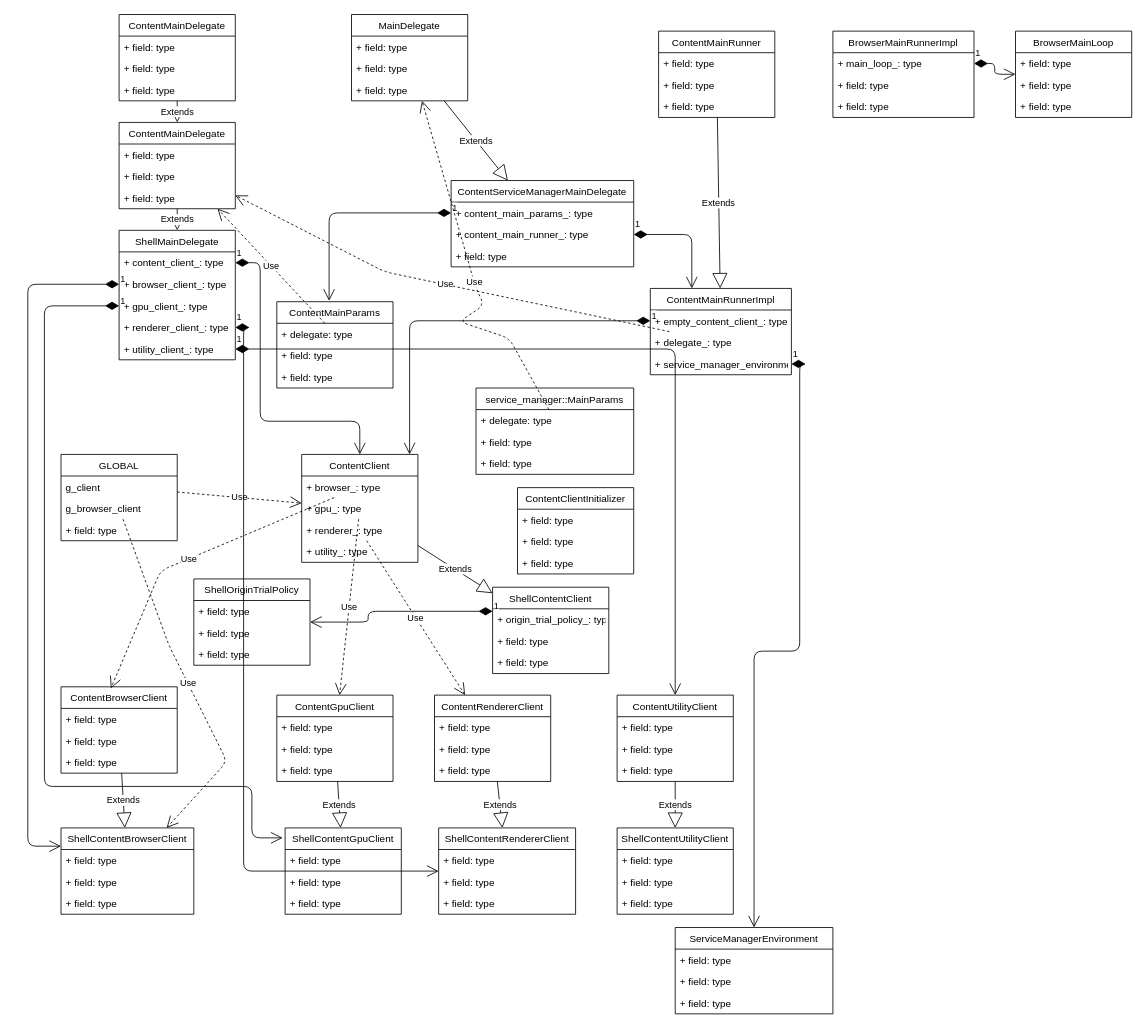
Earlier version of the draw.io diagram understanding/content_shell.drawio (ambiesoft/gsrc). Source tidied: cells renumbered, new cells numbered last; positions are measured from the earlier drawing's top-left corner, leaving out a move shared by most shapes. Both pictures are drawn from the tidied source at 83%, with x=0, y=0 at pixel (27, 14).
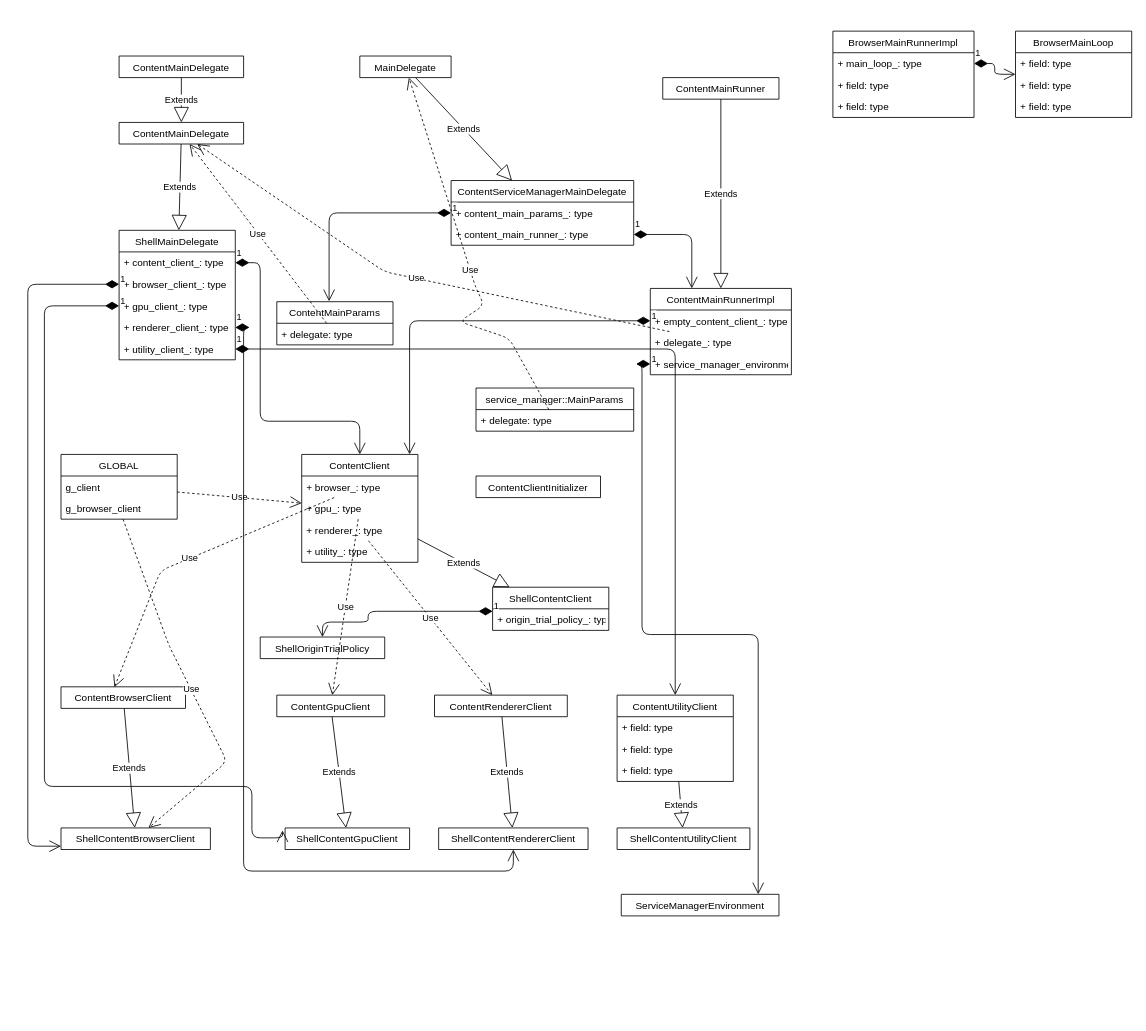
The same page after the edit.

Unchanged cells that the change refers to:
```xml
<mxCell id="40" value="+ service_manager_environment_: type" style="text;strokeColor=none;fillColor=none;align=left;verticalAlign=top;spacingLeft=4;spacingRight=4;overflow=hidden;points=[[0,0.5],[1,0.5]];portConstraint=eastwest;" parent="37" vertex="1">
  <mxGeometry y="78" width="170" height="26" as="geometry" />
</mxCell>
```

Change to the diagram source:
```diff
@@
-    <mxCell id="2" value="ContentMainDelegate" style="swimlane;fontStyle=0;horizontal=1;startSize=26;fillColor=none;" parent="1" vertex="1">
-      <mxGeometry x="110" width="140" height="104" as="geometry" />
+    <mxCell id="2" value="ContentMainDelegate" style="swimlane;fontStyle=0;horizontal=1;startSize=26;fillColor=none;" parent="1" vertex="1" collapsed="1">
+      <mxGeometry x="110" y="50" width="150" height="26" as="geometry" />
     </mxCell>
-    <mxCell id="3" value="+ field: type" style="text;strokeColor=none;fillColor=none;align=left;verticalAlign=top;spacingLeft=4;spacingRight=4;overflow=hidden;" parent="2" vertex="1">
-      <mxGeometry y="26" width="140" height="26" as="geometry" />
-    </mxCell>
-    <mxCell id="4" value="+ field: type" style="text;strokeColor=none;fillColor=none;align=left;verticalAlign=top;spacingLeft=4;spacingRight=4;overflow=hidden;" parent="2" vertex="1">
-      <mxGeometry y="52" width="140" height="26" as="geometry" />
-    </mxCell>
-    <mxCell id="5" value="+ field: type" style="text;strokeColor=none;fillColor=none;align=left;verticalAlign=top;spacingLeft=4;spacingRight=4;overflow=hidden;" parent="2" vertex="1">
-      <mxGeometry y="78" width="140" height="26" as="geometry" />
-    </mxCell>
-    <mxCell id="6" value="ContentMainDelegate" style="swimlane;fontStyle=0;horizontal=1;startSize=26;fillColor=none;" parent="1" vertex="1">
-      <mxGeometry x="110" y="130" width="140" height="104" as="geometry" />
+    <mxCell id="6" value="ContentMainDelegate" style="swimlane;fontStyle=0;horizontal=1;startSize=26;fillColor=none;" parent="1" vertex="1" collapsed="1">
+      <mxGeometry x="110" y="130" width="150" height="26" as="geometry" />
     </mxCell>
-    <mxCell id="7" value="+ field: type" style="text;strokeColor=none;fillColor=none;align=left;verticalAlign=top;spacingLeft=4;spacingRight=4;overflow=hidden;" parent="6" vertex="1">
-      <mxGeometry y="26" width="140" height="26" as="geometry" />
-    </mxCell>
-    <mxCell id="8" value="+ field: type" style="text;strokeColor=none;fillColor=none;align=left;verticalAlign=top;spacingLeft=4;spacingRight=4;overflow=hidden;" parent="6" vertex="1">
-      <mxGeometry y="52" width="140" height="26" as="geometry" />
-    </mxCell>
-    <mxCell id="9" value="+ field: type" style="text;strokeColor=none;fillColor=none;align=left;verticalAlign=top;spacingLeft=4;spacingRight=4;overflow=hidden;" parent="6" vertex="1">
-      <mxGeometry y="78" width="140" height="26" as="geometry" />
-    </mxCell>
@@
     <mxCell id="18" value="ContentMainParams" style="swimlane;fontStyle=0;horizontal=1;startSize=26;fillColor=none;" parent="1" vertex="1">
-      <mxGeometry x="300" y="346" width="140" height="104" as="geometry" />
+      <mxGeometry x="300" y="346" width="140" height="52" as="geometry" />
     </mxCell>
@@
-    <mxCell id="20" value="+ field: type" style="text;strokeColor=none;fillColor=none;align=left;verticalAlign=top;spacingLeft=4;spacingRight=4;overflow=hidden;" parent="18" vertex="1">
-      <mxGeometry y="52" width="140" height="26" as="geometry" />
-    </mxCell>
-    <mxCell id="21" value="+ field: type" style="text;strokeColor=none;fillColor=none;align=left;verticalAlign=top;spacingLeft=4;spacingRight=4;overflow=hidden;" parent="18" vertex="1">
-      <mxGeometry y="78" width="140" height="26" as="geometry" />
-    </mxCell>
@@
-    <mxCell id="23" value="MainDelegate" style="swimlane;fontStyle=0;horizontal=1;startSize=26;fillColor=none;" parent="1" vertex="1">
-      <mxGeometry x="390" width="140" height="104" as="geometry" />
+    <mxCell id="23" value="MainDelegate" style="swimlane;fontStyle=0;horizontal=1;startSize=26;fillColor=none;" parent="1" vertex="1" collapsed="1">
+      <mxGeometry x="400" y="50" width="110" height="26" as="geometry" />
     </mxCell>
-    <mxCell id="24" value="+ field: type" style="text;strokeColor=none;fillColor=none;align=left;verticalAlign=top;spacingLeft=4;spacingRight=4;overflow=hidden;" parent="23" vertex="1">
-      <mxGeometry y="26" width="140" height="26" as="geometry" />
-    </mxCell>
-    <mxCell id="25" value="+ field: type" style="text;strokeColor=none;fillColor=none;align=left;verticalAlign=top;spacingLeft=4;spacingRight=4;overflow=hidden;" parent="23" vertex="1">
-      <mxGeometry y="52" width="140" height="26" as="geometry" />
-    </mxCell>
-    <mxCell id="26" value="+ field: type" style="text;strokeColor=none;fillColor=none;align=left;verticalAlign=top;spacingLeft=4;spacingRight=4;overflow=hidden;" parent="23" vertex="1">
-      <mxGeometry y="78" width="140" height="26" as="geometry" />
-    </mxCell>
     <mxCell id="27" value="ContentServiceManagerMainDelegate" style="swimlane;fontStyle=0;horizontal=1;startSize=26;fillColor=none;" parent="1" vertex="1">
-      <mxGeometry x="510" y="200" width="220" height="104" as="geometry" />
+      <mxGeometry x="510" y="200" width="220" height="78" as="geometry" />
     </mxCell>
@@
-    <mxCell id="30" value="+ field: type" style="text;strokeColor=none;fillColor=none;align=left;verticalAlign=top;spacingLeft=4;spacingRight=4;overflow=hidden;" parent="27" vertex="1">
-      <mxGeometry y="78" width="220" height="26" as="geometry" />
-    </mxCell>
@@
-    <mxCell id="33" value="ContentMainRunner" style="swimlane;fontStyle=0;horizontal=1;startSize=26;fillColor=none;" parent="1" vertex="1">
-      <mxGeometry x="760" y="20" width="140" height="104" as="geometry" />
+    <mxCell id="33" value="ContentMainRunner" style="swimlane;fontStyle=0;horizontal=1;startSize=26;fillColor=none;" parent="1" vertex="1" collapsed="1">
+      <mxGeometry x="765" y="76" width="140" height="26" as="geometry" />
     </mxCell>
-    <mxCell id="34" value="+ field: type" style="text;strokeColor=none;fillColor=none;align=left;verticalAlign=top;spacingLeft=4;spacingRight=4;overflow=hidden;" parent="33" vertex="1">
-      <mxGeometry y="26" width="140" height="26" as="geometry" />
-    </mxCell>
-    <mxCell id="35" value="+ field: type" style="text;strokeColor=none;fillColor=none;align=left;verticalAlign=top;spacingLeft=4;spacingRight=4;overflow=hidden;" parent="33" vertex="1">
-      <mxGeometry y="52" width="140" height="26" as="geometry" />
-    </mxCell>
-    <mxCell id="36" value="+ field: type" style="text;strokeColor=none;fillColor=none;align=left;verticalAlign=top;spacingLeft=4;spacingRight=4;overflow=hidden;" parent="33" vertex="1">
-      <mxGeometry y="78" width="140" height="26" as="geometry" />
-    </mxCell>
@@
     <mxCell id="49" value="service_manager::MainParams" style="swimlane;fontStyle=0;horizontal=1;startSize=26;fillColor=none;" parent="1" vertex="1">
-      <mxGeometry x="540" y="450" width="190" height="104" as="geometry" />
+      <mxGeometry x="540" y="450" width="190" height="52" as="geometry" />
     </mxCell>
@@
-    <mxCell id="51" value="+ field: type" style="text;strokeColor=none;fillColor=none;align=left;verticalAlign=top;spacingLeft=4;spacingRight=4;overflow=hidden;" parent="49" vertex="1">
-      <mxGeometry y="52" width="190" height="26" as="geometry" />
-    </mxCell>
-    <mxCell id="52" value="+ field: type" style="text;strokeColor=none;fillColor=none;align=left;verticalAlign=top;spacingLeft=4;spacingRight=4;overflow=hidden;" parent="49" vertex="1">
-      <mxGeometry y="78" width="190" height="26" as="geometry" />
-    </mxCell>
@@
     <mxCell id="55" value="ShellContentClient" style="swimlane;fontStyle=0;horizontal=1;startSize=26;fillColor=none;" parent="1" vertex="1">
-      <mxGeometry x="560" y="690" width="140" height="104" as="geometry" />
+      <mxGeometry x="560" y="690" width="140" height="52" as="geometry" />
     </mxCell>
@@
-    <mxCell id="57" value="+ field: type" style="text;strokeColor=none;fillColor=none;align=left;verticalAlign=top;spacingLeft=4;spacingRight=4;overflow=hidden;" parent="55" vertex="1">
-      <mxGeometry y="52" width="140" height="26" as="geometry" />
-    </mxCell>
-    <mxCell id="58" value="+ field: type" style="text;strokeColor=none;fillColor=none;align=left;verticalAlign=top;spacingLeft=4;spacingRight=4;overflow=hidden;" parent="55" vertex="1">
-      <mxGeometry y="78" width="140" height="26" as="geometry" />
-    </mxCell>
@@
-    <mxCell id="61" value="ShellOriginTrialPolicy" style="swimlane;fontStyle=0;horizontal=1;startSize=26;fillColor=none;" parent="1" vertex="1">
-      <mxGeometry x="200" y="680" width="140" height="104" as="geometry" />
+    <mxCell id="61" value="ShellOriginTrialPolicy" style="swimlane;fontStyle=0;horizontal=1;startSize=26;fillColor=none;" parent="1" vertex="1" collapsed="1">
+      <mxGeometry x="280" y="750" width="150" height="26" as="geometry" />
     </mxCell>
-    <mxCell id="62" value="+ field: type" style="text;strokeColor=none;fillColor=none;align=left;verticalAlign=top;spacingLeft=4;spacingRight=4;overflow=hidden;" parent="61" vertex="1">
-      <mxGeometry y="26" width="140" height="26" as="geometry" />
-    </mxCell>
-    <mxCell id="63" value="+ field: type" style="text;strokeColor=none;fillColor=none;align=left;verticalAlign=top;spacingLeft=4;spacingRight=4;overflow=hidden;" parent="61" vertex="1">
-      <mxGeometry y="52" width="140" height="26" as="geometry" />
-    </mxCell>
-    <mxCell id="64" value="+ field: type" style="text;strokeColor=none;fillColor=none;align=left;verticalAlign=top;spacingLeft=4;spacingRight=4;overflow=hidden;" parent="61" vertex="1">
-      <mxGeometry y="78" width="140" height="26" as="geometry" />
-    </mxCell>
@@
     <mxCell id="66" value="GLOBAL" style="swimlane;fontStyle=0;horizontal=1;startSize=26;fillColor=none;" parent="1" vertex="1">
-      <mxGeometry x="40" y="530" width="140" height="104" as="geometry" />
+      <mxGeometry x="40" y="530" width="140" height="78" as="geometry" />
     </mxCell>
@@
-    <mxCell id="69" value="+ field: type" style="text;strokeColor=none;fillColor=none;align=left;verticalAlign=top;spacingLeft=4;spacingRight=4;overflow=hidden;" parent="66" vertex="1">
-      <mxGeometry y="78" width="140" height="26" as="geometry" />
-    </mxCell>
@@
-    <mxCell id="71" value="ContentClientInitializer" style="swimlane;fontStyle=0;horizontal=1;startSize=26;fillColor=none;" parent="1" vertex="1">
-      <mxGeometry x="590" y="570" width="140" height="104" as="geometry" />
+    <mxCell id="71" value="ContentClientInitializer" style="swimlane;fontStyle=0;horizontal=1;startSize=26;fillColor=none;" parent="1" vertex="1" collapsed="1">
+      <mxGeometry x="540" y="556" width="150" height="26" as="geometry" />
     </mxCell>
-    <mxCell id="72" value="+ field: type" style="text;strokeColor=none;fillColor=none;align=left;verticalAlign=top;spacingLeft=4;spacingRight=4;overflow=hidden;" parent="71" vertex="1">
-      <mxGeometry y="26" width="140" height="26" as="geometry" />
-    </mxCell>
-    <mxCell id="73" value="+ field: type" style="text;strokeColor=none;fillColor=none;align=left;verticalAlign=top;spacingLeft=4;spacingRight=4;overflow=hidden;" parent="71" vertex="1">
-      <mxGeometry y="52" width="140" height="26" as="geometry" />
-    </mxCell>
-    <mxCell id="74" value="+ field: type" style="text;strokeColor=none;fillColor=none;align=left;verticalAlign=top;spacingLeft=4;spacingRight=4;overflow=hidden;" parent="71" vertex="1">
-      <mxGeometry y="78" width="140" height="26" as="geometry" />
-    </mxCell>
-    <mxCell id="75" value="ContentBrowserClient" style="swimlane;fontStyle=0;horizontal=1;startSize=26;fillColor=none;" parent="1" vertex="1">
-      <mxGeometry x="40" y="810" width="140" height="104" as="geometry" />
+    <mxCell id="75" value="ContentBrowserClient" style="swimlane;fontStyle=0;horizontal=1;startSize=26;fillColor=none;" parent="1" vertex="1" collapsed="1">
+      <mxGeometry x="40" y="810" width="150" height="26" as="geometry" />
     </mxCell>
-    <mxCell id="76" value="+ field: type" style="text;strokeColor=none;fillColor=none;align=left;verticalAlign=top;spacingLeft=4;spacingRight=4;overflow=hidden;" parent="75" vertex="1">
-      <mxGeometry y="26" width="140" height="26" as="geometry" />
-    </mxCell>
-    <mxCell id="77" value="+ field: type" style="text;strokeColor=none;fillColor=none;align=left;verticalAlign=top;spacingLeft=4;spacingRight=4;overflow=hidden;" parent="75" vertex="1">
-      <mxGeometry y="52" width="140" height="26" as="geometry" />
-    </mxCell>
-    <mxCell id="78" value="+ field: type" style="text;strokeColor=none;fillColor=none;align=left;verticalAlign=top;spacingLeft=4;spacingRight=4;overflow=hidden;" parent="75" vertex="1">
-      <mxGeometry y="78" width="140" height="26" as="geometry" />
-    </mxCell>
@@
-    <mxCell id="80" value="ShellContentBrowserClient" style="swimlane;fontStyle=0;horizontal=1;startSize=26;fillColor=none;" parent="1" vertex="1">
-      <mxGeometry x="40" y="980" width="160" height="104" as="geometry" />
+    <mxCell id="80" value="ShellContentBrowserClient" style="swimlane;fontStyle=0;horizontal=1;startSize=26;fillColor=none;" parent="1" vertex="1" collapsed="1">
+      <mxGeometry x="40" y="980" width="180" height="26" as="geometry" />
     </mxCell>
-    <mxCell id="81" value="+ field: type" style="text;strokeColor=none;fillColor=none;align=left;verticalAlign=top;spacingLeft=4;spacingRight=4;overflow=hidden;" parent="80" vertex="1">
-      <mxGeometry y="26" width="160" height="26" as="geometry" />
-    </mxCell>
-    <mxCell id="82" value="+ field: type" style="text;strokeColor=none;fillColor=none;align=left;verticalAlign=top;spacingLeft=4;spacingRight=4;overflow=hidden;" parent="80" vertex="1">
-      <mxGeometry y="52" width="160" height="26" as="geometry" />
-    </mxCell>
-    <mxCell id="83" value="+ field: type" style="text;strokeColor=none;fillColor=none;align=left;verticalAlign=top;spacingLeft=4;spacingRight=4;overflow=hidden;" parent="80" vertex="1">
-      <mxGeometry y="78" width="160" height="26" as="geometry" />
-    </mxCell>
@@
-    <mxCell id="87" value="ContentGpuClient" style="swimlane;fontStyle=0;horizontal=1;startSize=26;fillColor=none;" parent="1" vertex="1">
-      <mxGeometry x="300" y="820" width="140" height="104" as="geometry" />
+    <mxCell id="87" value="ContentGpuClient" style="swimlane;fontStyle=0;horizontal=1;startSize=26;fillColor=none;" parent="1" vertex="1" collapsed="1">
+      <mxGeometry x="300" y="820" width="130" height="26" as="geometry" />
     </mxCell>
-    <mxCell id="88" value="+ field: type" style="text;strokeColor=none;fillColor=none;align=left;verticalAlign=top;spacingLeft=4;spacingRight=4;overflow=hidden;" parent="87" vertex="1">
-      <mxGeometry y="26" width="140" height="26" as="geometry" />
-    </mxCell>
-    <mxCell id="89" value="+ field: type" style="text;strokeColor=none;fillColor=none;align=left;verticalAlign=top;spacingLeft=4;spacingRight=4;overflow=hidden;" parent="87" vertex="1">
-      <mxGeometry y="52" width="140" height="26" as="geometry" />
-    </mxCell>
-    <mxCell id="90" value="+ field: type" style="text;strokeColor=none;fillColor=none;align=left;verticalAlign=top;spacingLeft=4;spacingRight=4;overflow=hidden;" parent="87" vertex="1">
-      <mxGeometry y="78" width="140" height="26" as="geometry" />
-    </mxCell>
@@
-    <mxCell id="92" value="ShellContentGpuClient" style="swimlane;fontStyle=0;horizontal=1;startSize=26;fillColor=none;" parent="1" vertex="1">
-      <mxGeometry x="310" y="980" width="140" height="104" as="geometry" />
+    <mxCell id="92" value="ShellContentGpuClient" style="swimlane;fontStyle=0;horizontal=1;startSize=26;fillColor=none;" parent="1" vertex="1" collapsed="1">
+      <mxGeometry x="310" y="980" width="150" height="26" as="geometry" />
     </mxCell>
-    <mxCell id="93" value="+ field: type" style="text;strokeColor=none;fillColor=none;align=left;verticalAlign=top;spacingLeft=4;spacingRight=4;overflow=hidden;" parent="92" vertex="1">
-      <mxGeometry y="26" width="140" height="26" as="geometry" />
-    </mxCell>
-    <mxCell id="94" value="+ field: type" style="text;strokeColor=none;fillColor=none;align=left;verticalAlign=top;spacingLeft=4;spacingRight=4;overflow=hidden;" parent="92" vertex="1">
-      <mxGeometry y="52" width="140" height="26" as="geometry" />
-    </mxCell>
-    <mxCell id="95" value="+ field: type" style="text;strokeColor=none;fillColor=none;align=left;verticalAlign=top;spacingLeft=4;spacingRight=4;overflow=hidden;" parent="92" vertex="1">
-      <mxGeometry y="78" width="140" height="26" as="geometry" />
-    </mxCell>
@@
-    <mxCell id="98" value="ContentRendererClient" style="swimlane;fontStyle=0;horizontal=1;startSize=26;fillColor=none;" parent="1" vertex="1">
-      <mxGeometry x="490" y="820" width="140" height="104" as="geometry" />
+    <mxCell id="98" value="ContentRendererClient" style="swimlane;fontStyle=0;horizontal=1;startSize=26;fillColor=none;" parent="1" vertex="1" collapsed="1">
+      <mxGeometry x="490" y="820" width="160" height="26" as="geometry" />
     </mxCell>
-    <mxCell id="99" value="+ field: type" style="text;strokeColor=none;fillColor=none;align=left;verticalAlign=top;spacingLeft=4;spacingRight=4;overflow=hidden;" parent="98" vertex="1">
-      <mxGeometry y="26" width="140" height="26" as="geometry" />
-    </mxCell>
-    <mxCell id="100" value="+ field: type" style="text;strokeColor=none;fillColor=none;align=left;verticalAlign=top;spacingLeft=4;spacingRight=4;overflow=hidden;" parent="98" vertex="1">
-      <mxGeometry y="52" width="140" height="26" as="geometry" />
-    </mxCell>
-    <mxCell id="101" value="+ field: type" style="text;strokeColor=none;fillColor=none;align=left;verticalAlign=top;spacingLeft=4;spacingRight=4;overflow=hidden;" parent="98" vertex="1">
-      <mxGeometry y="78" width="140" height="26" as="geometry" />
-    </mxCell>
@@
-    <mxCell id="103" value="ShellContentRendererClient" style="swimlane;fontStyle=0;horizontal=1;startSize=26;fillColor=none;" parent="1" vertex="1">
-      <mxGeometry x="495" y="980" width="165" height="104" as="geometry" />
+    <mxCell id="103" value="ShellContentRendererClient" style="swimlane;fontStyle=0;horizontal=1;startSize=26;fillColor=none;" parent="1" vertex="1" collapsed="1">
+      <mxGeometry x="495" y="980" width="180" height="26" as="geometry" />
     </mxCell>
-    <mxCell id="104" value="+ field: type" style="text;strokeColor=none;fillColor=none;align=left;verticalAlign=top;spacingLeft=4;spacingRight=4;overflow=hidden;" parent="103" vertex="1">
-      <mxGeometry y="26" width="165" height="26" as="geometry" />
-    </mxCell>
-    <mxCell id="105" value="+ field: type" style="text;strokeColor=none;fillColor=none;align=left;verticalAlign=top;spacingLeft=4;spacingRight=4;overflow=hidden;" parent="103" vertex="1">
-      <mxGeometry y="52" width="165" height="26" as="geometry" />
-    </mxCell>
-    <mxCell id="106" value="+ field: type" style="text;strokeColor=none;fillColor=none;align=left;verticalAlign=top;spacingLeft=4;spacingRight=4;overflow=hidden;" parent="103" vertex="1">
-      <mxGeometry y="78" width="165" height="26" as="geometry" />
-    </mxCell>
@@
-    <mxCell id="113" value="ShellContentUtilityClient" style="swimlane;fontStyle=0;horizontal=1;startSize=26;fillColor=none;" parent="1" vertex="1">
-      <mxGeometry x="710" y="980" width="140" height="104" as="geometry" />
+    <mxCell id="113" value="ShellContentUtilityClient" style="swimlane;fontStyle=0;horizontal=1;startSize=26;fillColor=none;" parent="1" vertex="1" collapsed="1">
+      <mxGeometry x="710" y="980" width="160" height="26" as="geometry" />
     </mxCell>
-    <mxCell id="114" value="+ field: type" style="text;strokeColor=none;fillColor=none;align=left;verticalAlign=top;spacingLeft=4;spacingRight=4;overflow=hidden;" parent="113" vertex="1">
-      <mxGeometry y="26" width="140" height="26" as="geometry" />
-    </mxCell>
-    <mxCell id="115" value="+ field: type" style="text;strokeColor=none;fillColor=none;align=left;verticalAlign=top;spacingLeft=4;spacingRight=4;overflow=hidden;" parent="113" vertex="1">
-      <mxGeometry y="52" width="140" height="26" as="geometry" />
-    </mxCell>
-    <mxCell id="116" value="+ field: type" style="text;strokeColor=none;fillColor=none;align=left;verticalAlign=top;spacingLeft=4;spacingRight=4;overflow=hidden;" parent="113" vertex="1">
-      <mxGeometry y="78" width="140" height="26" as="geometry" />
-    </mxCell>
@@
-    <mxCell id="119" value="ServiceManagerEnvironment" style="swimlane;fontStyle=0;horizontal=1;startSize=26;fillColor=none;" parent="1" vertex="1">
-      <mxGeometry x="780" y="1100" width="190" height="104" as="geometry" />
+    <mxCell id="119" value="ServiceManagerEnvironment" style="swimlane;fontStyle=0;horizontal=1;startSize=26;fillColor=none;" parent="1" vertex="1" collapsed="1">
+      <mxGeometry x="715" y="1060" width="190" height="26" as="geometry" />
     </mxCell>
-    <mxCell id="120" value="+ field: type" style="text;strokeColor=none;fillColor=none;align=left;verticalAlign=top;spacingLeft=4;spacingRight=4;overflow=hidden;" parent="119" vertex="1">
-      <mxGeometry y="26" width="190" height="26" as="geometry" />
-    </mxCell>
-    <mxCell id="121" value="+ field: type" style="text;strokeColor=none;fillColor=none;align=left;verticalAlign=top;spacingLeft=4;spacingRight=4;overflow=hidden;" parent="119" vertex="1">
-      <mxGeometry y="52" width="190" height="26" as="geometry" />
-    </mxCell>
-    <mxCell id="122" value="+ field: type" style="text;strokeColor=none;fillColor=none;align=left;verticalAlign=top;spacingLeft=4;spacingRight=4;overflow=hidden;" parent="119" vertex="1">
-      <mxGeometry y="78" width="190" height="26" as="geometry" />
-    </mxCell>
     <mxCell id="123" value="1" style="endArrow=open;html=1;endSize=12;startArrow=diamondThin;startSize=14;startFill=1;edgeStyle=orthogonalEdgeStyle;align=left;verticalAlign=bottom;" parent="1" edge="1" source="40" target="119">
-      <mxGeometry x="-1" y="3" relative="1" as="geometry" />
+      <mxGeometry x="-1" y="3" relative="1" as="geometry">
+        <Array as="points">
+          <mxPoint x="740" y="421" />
+          <mxPoint x="740" y="747" />
+          <mxPoint x="880" y="747" />
+        </Array>
+      </mxGeometry>
     </mxCell>
```
